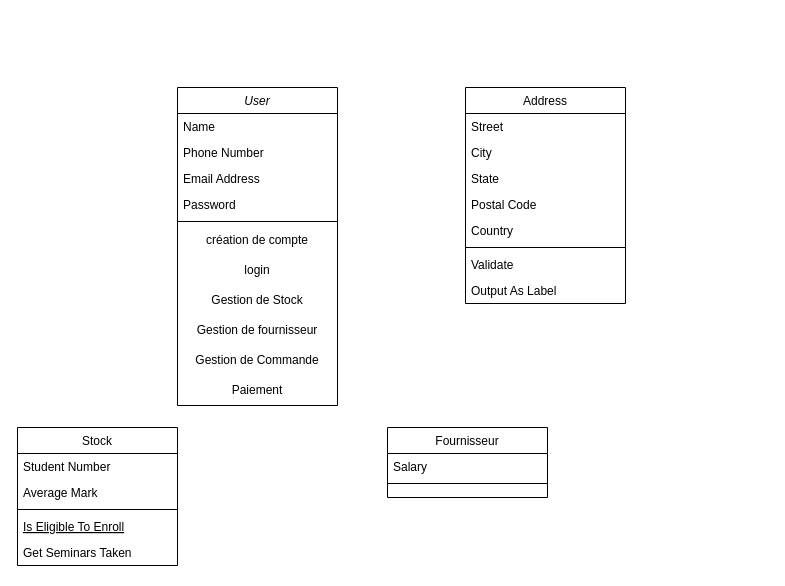
Before: Diagramme sans nom.drawio in ala-tork/p1, a draw.io diagram. Source tidied: cells renumbered, new cells numbered last; positions are measured from the earlier drawing's top-left corner, leaving out a move shared by most shapes. Both pictures are drawn from the tidied source at 100%, with x=0, y=0 at pixel (17, 87).
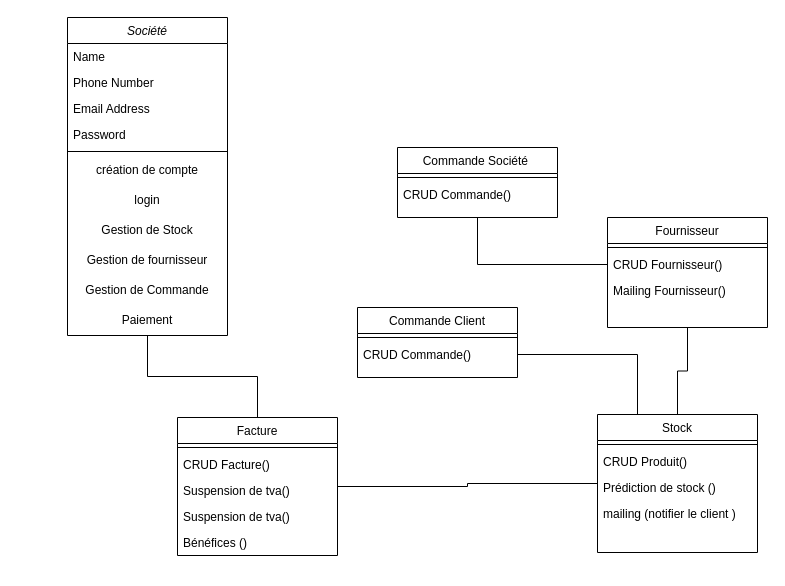
The same page after the edit.

Change to the diagram source:
```diff
@@
+    <mxCell id="32" style="edgeStyle=orthogonalEdgeStyle;rounded=0;jettySize=auto;html=1;endArrow=none;endFill=0;" parent="1" edge="1" source="2" target="40">
+      <mxGeometry relative="1" as="geometry" />
+    </mxCell>
-    <mxCell id="2" value="User" style="swimlane;fontStyle=2;align=center;verticalAlign=top;horizontal=1;startSize=26;rounded=0;shadow=0;strokeWidth=1;" parent="1" vertex="1">
-      <mxGeometry x="160" width="160" height="318" as="geometry" />
+    <mxCell id="2" value="Société" style="swimlane;fontStyle=2;align=center;verticalAlign=top;horizontal=1;startSize=26;rounded=0;shadow=0;strokeWidth=1;" parent="1" vertex="1">
+      <mxGeometry x="50" y="-70" width="160" height="318" as="geometry" />
     </mxCell>
@@
+    <mxCell id="33" style="edgeStyle=orthogonalEdgeStyle;rounded=0;jettySize=auto;html=1;entryX=0.5;entryY=1;entryDx=0;entryDy=0;endArrow=none;endFill=0;" parent="1" edge="1" source="14" target="23">
+      <mxGeometry relative="1" as="geometry" />
+    </mxCell>
     <mxCell id="14" value="Stock" style="swimlane;fontStyle=0;align=center;verticalAlign=top;horizontal=1;startSize=26;rounded=0;shadow=0;strokeWidth=1;" parent="1" vertex="1">
-      <mxGeometry y="340" width="160" height="138" as="geometry" />
+      <mxGeometry x="580" y="327" width="160" height="138" as="geometry" />
     </mxCell>
-    <mxCell id="15" value="Student Number" style="text;align=left;verticalAlign=top;spacingLeft=4;spacingRight=4;overflow=hidden;" parent="14" vertex="1">
-      <mxGeometry y="26" width="160" height="26" as="geometry" />
-    </mxCell>
-    <mxCell id="16" value="Average Mark" style="text;align=left;verticalAlign=top;spacingLeft=4;spacingRight=4;overflow=hidden;rounded=0;shadow=0;html=0;" parent="14" vertex="1">
-      <mxGeometry y="52" width="160" height="26" as="geometry" />
-    </mxCell>
     <mxCell id="17" style="line;html=1;strokeWidth=1;align=left;verticalAlign=middle;spacingTop=-1;spacingLeft=3;spacingRight=3;labelPosition=right;" parent="14" vertex="1">
-      <mxGeometry y="78" width="160" height="8" as="geometry" />
+      <mxGeometry y="26" width="160" height="8" as="geometry" />
     </mxCell>
-    <mxCell id="18" value="Is Eligible To Enroll" style="text;align=left;verticalAlign=top;spacingLeft=4;spacingRight=4;overflow=hidden;fontStyle=4;" parent="14" vertex="1">
-      <mxGeometry y="86" width="160" height="26" as="geometry" />
-    </mxCell>
-    <mxCell id="19" value="Get Seminars Taken" style="text;align=left;verticalAlign=top;spacingLeft=4;spacingRight=4;overflow=hidden;" parent="14" vertex="1">
-      <mxGeometry y="112" width="160" height="26" as="geometry" />
+    <mxCell id="19" value="CRUD Produit()" style="text;align=left;verticalAlign=top;spacingLeft=4;spacingRight=4;overflow=hidden;" parent="14" vertex="1">
+      <mxGeometry y="34" width="160" height="26" as="geometry" />
     </mxCell>
+    <mxCell id="34" value="Prédiction de stock ()" style="text;align=left;verticalAlign=top;spacingLeft=4;spacingRight=4;overflow=hidden;" parent="14" vertex="1">
+      <mxGeometry y="60" width="160" height="26" as="geometry" />
+    </mxCell>
+    <mxCell id="35" value="mailing (notifier le client )" style="text;align=left;verticalAlign=top;spacingLeft=4;spacingRight=4;overflow=hidden;" parent="14" vertex="1">
+      <mxGeometry y="86" width="160" height="26" as="geometry" />
+    </mxCell>
-    <mxCell id="20" value="Fournisseur" style="swimlane;fontStyle=0;align=center;verticalAlign=top;horizontal=1;startSize=26;rounded=0;shadow=0;strokeWidth=1;" parent="1" vertex="1">
-      <mxGeometry x="370" y="340" width="160" height="70" as="geometry" />
+    <mxCell id="20" value="Commande Client" style="swimlane;fontStyle=0;align=center;verticalAlign=top;horizontal=1;startSize=26;rounded=0;shadow=0;strokeWidth=1;" parent="1" vertex="1">
+      <mxGeometry x="340" y="220" width="160" height="70" as="geometry" />
     </mxCell>
-    <mxCell id="21" value="Salary" style="text;align=left;verticalAlign=top;spacingLeft=4;spacingRight=4;overflow=hidden;" parent="20" vertex="1">
-      <mxGeometry y="26" width="160" height="26" as="geometry" />
-    </mxCell>
     <mxCell id="22" style="line;html=1;strokeWidth=1;align=left;verticalAlign=middle;spacingTop=-1;spacingLeft=3;spacingRight=3;labelPosition=right;" parent="20" vertex="1">
-      <mxGeometry y="52" width="160" height="8" as="geometry" />
+      <mxGeometry y="26" width="160" height="8" as="geometry" />
     </mxCell>
+    <mxCell id="36" value="CRUD Commande()" style="text;align=left;verticalAlign=top;spacingLeft=4;spacingRight=4;overflow=hidden;points=[[0,0.5],[1,0.5]];portConstraint=eastwest;" parent="20" vertex="1">
+      <mxGeometry y="34" width="160" height="26" as="geometry" />
+    </mxCell>
-    <mxCell id="23" value="Address" style="swimlane;fontStyle=0;align=center;verticalAlign=top;horizontal=1;startSize=26;rounded=0;shadow=0;strokeWidth=1;" parent="1" vertex="1">
-      <mxGeometry x="448" width="160" height="216" as="geometry" />
+    <mxCell id="23" value="Fournisseur" style="swimlane;fontStyle=0;align=center;verticalAlign=top;horizontal=1;startSize=26;rounded=0;shadow=0;strokeWidth=1;" parent="1" vertex="1">
+      <mxGeometry x="590" y="130" width="160" height="110" as="geometry" />
     </mxCell>
-    <mxCell id="24" value="Street" style="text;align=left;verticalAlign=top;spacingLeft=4;spacingRight=4;overflow=hidden;" parent="23" vertex="1">
-      <mxGeometry y="26" width="160" height="26" as="geometry" />
-    </mxCell>
-    <mxCell id="25" value="City" style="text;align=left;verticalAlign=top;spacingLeft=4;spacingRight=4;overflow=hidden;rounded=0;shadow=0;html=0;" parent="23" vertex="1">
-      <mxGeometry y="52" width="160" height="26" as="geometry" />
-    </mxCell>
-    <mxCell id="26" value="State" style="text;align=left;verticalAlign=top;spacingLeft=4;spacingRight=4;overflow=hidden;rounded=0;shadow=0;html=0;" parent="23" vertex="1">
-      <mxGeometry y="78" width="160" height="26" as="geometry" />
-    </mxCell>
-    <mxCell id="27" value="Postal Code" style="text;align=left;verticalAlign=top;spacingLeft=4;spacingRight=4;overflow=hidden;rounded=0;shadow=0;html=0;" parent="23" vertex="1">
-      <mxGeometry y="104" width="160" height="26" as="geometry" />
-    </mxCell>
-    <mxCell id="28" value="Country" style="text;align=left;verticalAlign=top;spacingLeft=4;spacingRight=4;overflow=hidden;rounded=0;shadow=0;html=0;" parent="23" vertex="1">
-      <mxGeometry y="130" width="160" height="26" as="geometry" />
-    </mxCell>
     <mxCell id="29" style="line;html=1;strokeWidth=1;align=left;verticalAlign=middle;spacingTop=-1;spacingLeft=3;spacingRight=3;labelPosition=right;" parent="23" vertex="1">
-      <mxGeometry y="156" width="160" height="8" as="geometry" />
+      <mxGeometry y="26" width="160" height="8" as="geometry" />
     </mxCell>
-    <mxCell id="30" value="Validate" style="text;align=left;verticalAlign=top;spacingLeft=4;spacingRight=4;overflow=hidden;" parent="23" vertex="1">
-      <mxGeometry y="164" width="160" height="26" as="geometry" />
-    </mxCell>
-    <mxCell id="31" value="Output As Label" style="text;align=left;verticalAlign=top;spacingLeft=4;spacingRight=4;overflow=hidden;" parent="23" vertex="1">
-      <mxGeometry y="190" width="160" height="26" as="geometry" />
-    </mxCell>
+    <mxCell id="37" value="CRUD Fournisseur()" style="text;align=left;verticalAlign=top;spacingLeft=4;spacingRight=4;overflow=hidden;points=[[0,0.5],[1,0.5]];portConstraint=eastwest;" parent="23" vertex="1">
+      <mxGeometry y="34" width="160" height="26" as="geometry" />
+    </mxCell>
+    <mxCell id="38" value="Mailing Fournisseur()" style="text;align=left;verticalAlign=top;spacingLeft=4;spacingRight=4;overflow=hidden;" parent="23" vertex="1">
+      <mxGeometry y="60" width="160" height="26" as="geometry" />
+    </mxCell>
+    <mxCell id="39" style="edgeStyle=orthogonalEdgeStyle;rounded=0;jettySize=auto;html=1;endArrow=none;endFill=0;" parent="1" edge="1" source="40" target="14">
+      <mxGeometry relative="1" as="geometry" />
+    </mxCell>
+    <mxCell id="40" value="Facture" style="swimlane;fontStyle=0;align=center;verticalAlign=top;horizontal=1;startSize=26;rounded=0;shadow=0;strokeWidth=1;" parent="1" vertex="1">
+      <mxGeometry x="160" y="330" width="160" height="138" as="geometry" />
+    </mxCell>
+    <mxCell id="41" style="line;html=1;strokeWidth=1;align=left;verticalAlign=middle;spacingTop=-1;spacingLeft=3;spacingRight=3;labelPosition=right;" parent="40" vertex="1">
+      <mxGeometry y="26" width="160" height="8" as="geometry" />
+    </mxCell>
+    <mxCell id="42" value="CRUD Facture()" style="text;align=left;verticalAlign=top;spacingLeft=4;spacingRight=4;overflow=hidden;" parent="40" vertex="1">
+      <mxGeometry y="34" width="160" height="26" as="geometry" />
+    </mxCell>
+    <mxCell id="43" value="Suspension de tva()" style="text;align=left;verticalAlign=top;spacingLeft=4;spacingRight=4;overflow=hidden;" parent="40" vertex="1">
+      <mxGeometry y="60" width="160" height="26" as="geometry" />
+    </mxCell>
+    <mxCell id="44" value="Suspension de tva()" style="text;align=left;verticalAlign=top;spacingLeft=4;spacingRight=4;overflow=hidden;" parent="40" vertex="1">
+      <mxGeometry y="86" width="160" height="26" as="geometry" />
+    </mxCell>
+    <mxCell id="45" value="Bénéfices ()" style="text;align=left;verticalAlign=top;spacingLeft=4;spacingRight=4;overflow=hidden;" parent="40" vertex="1">
+      <mxGeometry y="112" width="160" height="26" as="geometry" />
+    </mxCell>
+    <mxCell id="46" style="edgeStyle=orthogonalEdgeStyle;rounded=0;jettySize=auto;html=1;entryX=0;entryY=0.5;entryDx=0;entryDy=0;endArrow=none;endFill=0;" parent="1" edge="1" source="47" target="37">
+      <mxGeometry relative="1" as="geometry" />
+    </mxCell>
+    <mxCell id="47" value="Commande Société " style="swimlane;fontStyle=0;align=center;verticalAlign=top;horizontal=1;startSize=26;rounded=0;shadow=0;strokeWidth=1;" parent="1" vertex="1">
+      <mxGeometry x="380" y="60" width="160" height="70" as="geometry" />
+    </mxCell>
+    <mxCell id="48" style="line;html=1;strokeWidth=1;align=left;verticalAlign=middle;spacingTop=-1;spacingLeft=3;spacingRight=3;labelPosition=right;" parent="47" vertex="1">
+      <mxGeometry y="26" width="160" height="8" as="geometry" />
+    </mxCell>
+    <mxCell id="49" value="CRUD Commande()" style="text;align=left;verticalAlign=top;spacingLeft=4;spacingRight=4;overflow=hidden;" parent="47" vertex="1">
+      <mxGeometry y="34" width="160" height="26" as="geometry" />
+    </mxCell>
+    <mxCell id="50" style="edgeStyle=orthogonalEdgeStyle;rounded=0;jettySize=auto;html=1;entryX=0.25;entryY=0;entryDx=0;entryDy=0;endArrow=none;endFill=0;" parent="1" edge="1" source="36" target="14">
+      <mxGeometry relative="1" as="geometry" />
+    </mxCell>
```
